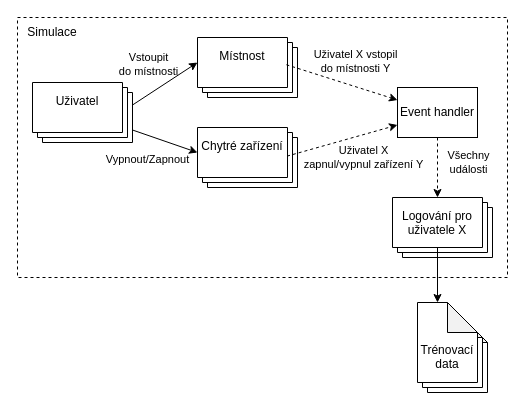
MartinZelenak/IBT-SmartHome-MAS-Interaction-Prediction keeps this draw.io diagram as Imgs/Design-Simulation-Architecture.drawio. Above is the earlier version. Source tidied: cells renumbered, new cells numbered last; positions are measured from the earlier drawing's top-left corner, leaving out a move shared by most shapes. Both pictures are drawn from the tidied source at 100%, with x=0, y=0 at pixel (17, 17).
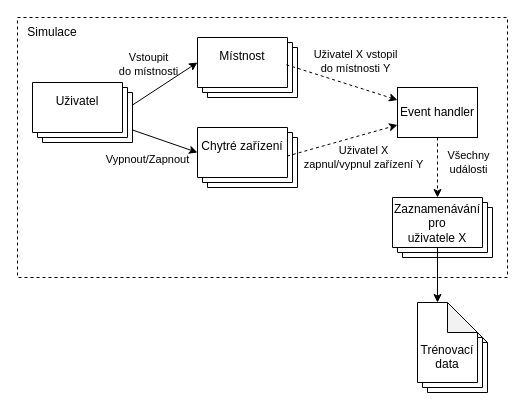
The same diagram, later.

What changed in the source:
```diff
@@
-    <mxCell id="22" value="Logování pro&lt;div&gt;uživatele X&lt;/div&gt;" style="verticalLabelPosition=bottom;verticalAlign=top;html=1;shape=mxgraph.basic.layered_rect;dx=10;outlineConnect=0;whiteSpace=wrap;spacing=0;spacingTop=-53;spacingBottom=0;spacingRight=10;" parent="1" vertex="1">
+    <mxCell id="22" value="Zaznamenávání pro&lt;div&gt;uživatele X&lt;/div&gt;" style="verticalLabelPosition=bottom;verticalAlign=top;html=1;shape=mxgraph.basic.layered_rect;dx=10;outlineConnect=0;whiteSpace=wrap;spacing=0;spacingTop=-60;spacingBottom=0;spacingRight=10;" parent="1" vertex="1">
       <mxGeometry x="375" y="180" width="100" height="60" as="geometry" />
     </mxCell>
```
